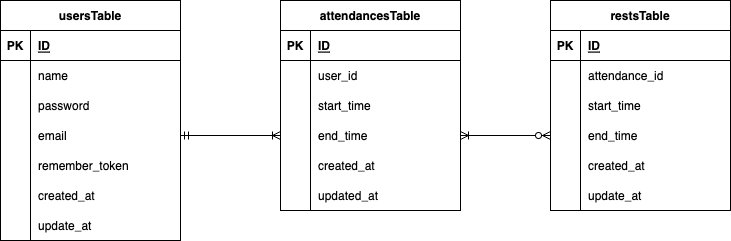
The draw.io diagram re.drawio.png in mizuki44/attendance_system, before a commit. Source tidied: cells renumbered, new cells last; positions are measured from the earlier drawing's top-left corner, leaving out a move shared by most shapes.
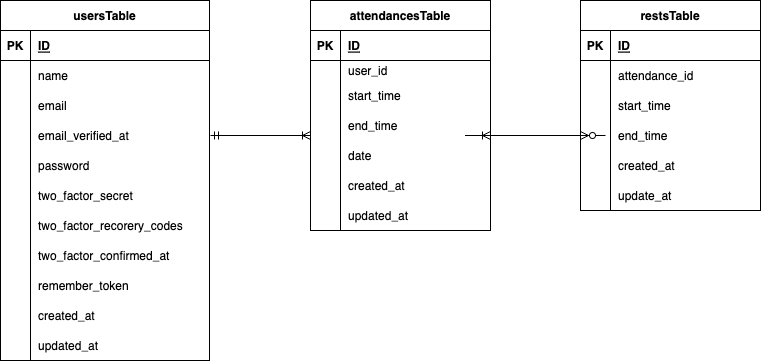
Later version of the same file.

What changed in the source:
```diff
@@ -4,125 +4,2 @@
     <mxCell id="1" parent="0" />
-    <mxCell id="2" value="usersTable" style="shape=table;startSize=30;rowLines=0;fontStyle=1;align=center;" parent="1" vertex="1">
-      <mxGeometry width="180" height="240" as="geometry" />
-    </mxCell>
-    <mxCell id="3" style="shape=tableRow;horizontal=0;startSize=0;swimlaneHead=0;swimlaneBody=0;fillColor=none;top=0;left=0;right=0;bottom=1;" parent="2" vertex="1">
-      <mxGeometry y="30" width="180" height="30" as="geometry" />
-    </mxCell>
-    <mxCell id="4" value="PK" style="shape=partialRectangle;fillColor=none;top=0;left=0;bottom=0;right=0;fontStyle=1;overflow=hidden;" parent="3" vertex="1">
-      <mxGeometry width="30" height="30" as="geometry" />
-    </mxCell>
-    <mxCell id="5" value="ID" style="shape=partialRectangle;fillColor=none;top=0;left=0;bottom=0;right=0;align=left;spacingLeft=6;fontStyle=5;overflow=hidden;" parent="3" vertex="1">
-      <mxGeometry x="30" width="150" height="30" as="geometry" />
-    </mxCell>
-    <mxCell id="6" style="shape=tableRow;horizontal=0;startSize=0;swimlaneHead=0;swimlaneBody=0;fillColor=none;top=0;left=0;right=0;bottom=0;" parent="2" vertex="1">
-      <mxGeometry y="60" width="180" height="30" as="geometry" />
-    </mxCell>
-    <mxCell id="7" style="shape=partialRectangle;fillColor=none;top=0;left=0;bottom=0;right=0;overflow=hidden;" parent="6" vertex="1">
-      <mxGeometry width="30" height="30" as="geometry" />
-    </mxCell>
-    <mxCell id="8" value="name" style="shape=partialRectangle;fillColor=none;top=0;left=0;bottom=0;right=0;align=left;spacingLeft=6;overflow=hidden;" parent="6" vertex="1">
-      <mxGeometry x="30" width="150" height="30" as="geometry" />
-    </mxCell>
-    <mxCell id="9" style="shape=tableRow;horizontal=0;startSize=0;swimlaneHead=0;swimlaneBody=0;fillColor=none;top=0;left=0;right=0;bottom=0;" parent="2" vertex="1">
-      <mxGeometry y="90" width="180" height="30" as="geometry" />
-    </mxCell>
-    <mxCell id="10" style="shape=partialRectangle;fillColor=none;top=0;left=0;bottom=0;right=0;overflow=hidden;" parent="9" vertex="1">
-      <mxGeometry width="30" height="30" as="geometry" />
-    </mxCell>
-    <mxCell id="11" value="password" style="shape=partialRectangle;fillColor=none;top=0;left=0;bottom=0;right=0;align=left;spacingLeft=6;overflow=hidden;" parent="9" vertex="1">
-      <mxGeometry x="30" width="150" height="30" as="geometry" />
-    </mxCell>
-    <mxCell id="12" style="shape=tableRow;horizontal=0;startSize=0;swimlaneHead=0;swimlaneBody=0;fillColor=none;points=[[0,0.5],[1,0.5]];portConstraint=eastwest;top=0;left=0;right=0;bottom=0;" parent="2" vertex="1">
-      <mxGeometry y="120" width="180" height="30" as="geometry" />
-    </mxCell>
-    <mxCell id="13" style="shape=partialRectangle;fillColor=none;top=0;left=0;bottom=0;right=0;overflow=hidden;" parent="12" vertex="1">
-      <mxGeometry width="30" height="30" as="geometry" />
-    </mxCell>
-    <mxCell id="14" value="email" style="shape=partialRectangle;fillColor=none;top=0;left=0;bottom=0;right=0;align=left;spacingLeft=6;overflow=hidden;" parent="12" vertex="1">
-      <mxGeometry x="30" width="150" height="30" as="geometry" />
-    </mxCell>
-    <mxCell id="15" style="shape=tableRow;horizontal=0;startSize=0;swimlaneHead=0;swimlaneBody=0;fillColor=none;top=0;left=0;right=0;bottom=0;" parent="2" vertex="1">
-      <mxGeometry y="150" width="180" height="30" as="geometry" />
-    </mxCell>
-    <mxCell id="16" style="shape=partialRectangle;fillColor=none;top=0;left=0;bottom=0;right=0;overflow=hidden;" parent="15" vertex="1">
-      <mxGeometry width="30" height="30" as="geometry" />
-    </mxCell>
-    <mxCell id="17" value="remember_token" style="shape=partialRectangle;fillColor=none;top=0;left=0;bottom=0;right=0;align=left;spacingLeft=6;overflow=hidden;" parent="15" vertex="1">
-      <mxGeometry x="30" width="150" height="30" as="geometry" />
-    </mxCell>
-    <mxCell id="18" style="shape=tableRow;horizontal=0;startSize=0;swimlaneHead=0;swimlaneBody=0;fillColor=none;top=0;left=0;right=0;bottom=0;" parent="2" vertex="1">
-      <mxGeometry y="180" width="180" height="30" as="geometry" />
-    </mxCell>
-    <mxCell id="19" style="shape=partialRectangle;fillColor=none;top=0;left=0;bottom=0;right=0;overflow=hidden;" parent="18" vertex="1">
-      <mxGeometry width="30" height="30" as="geometry" />
-    </mxCell>
-    <mxCell id="20" value="created_at" style="shape=partialRectangle;fillColor=none;top=0;left=0;bottom=0;right=0;align=left;spacingLeft=6;overflow=hidden;" parent="18" vertex="1">
-      <mxGeometry x="30" width="150" height="30" as="geometry" />
-    </mxCell>
-    <mxCell id="21" style="shape=tableRow;horizontal=0;startSize=0;swimlaneHead=0;swimlaneBody=0;fillColor=none;top=0;left=0;right=0;bottom=0;" parent="2" vertex="1">
-      <mxGeometry y="210" width="180" height="30" as="geometry" />
-    </mxCell>
-    <mxCell id="22" style="shape=partialRectangle;fillColor=none;top=0;left=0;bottom=0;right=0;overflow=hidden;" parent="21" vertex="1">
-      <mxGeometry width="30" height="30" as="geometry" />
-    </mxCell>
-    <mxCell id="23" value="update_at" style="shape=partialRectangle;fillColor=none;top=0;left=0;bottom=0;right=0;align=left;spacingLeft=6;overflow=hidden;" parent="21" vertex="1">
-      <mxGeometry x="30" width="150" height="30" as="geometry" />
-    </mxCell>
-    <mxCell id="24" value="attendancesTable" style="shape=table;startSize=30;rowLines=0;fontStyle=1;align=center;" parent="1" vertex="1">
-      <mxGeometry x="280" width="180" height="210" as="geometry" />
-    </mxCell>
-    <mxCell id="25" style="shape=tableRow;horizontal=0;startSize=0;swimlaneHead=0;swimlaneBody=0;fillColor=none;top=0;left=0;right=0;bottom=1;" parent="24" vertex="1">
-      <mxGeometry y="30" width="180" height="30" as="geometry" />
-    </mxCell>
-    <mxCell id="26" value="PK" style="shape=partialRectangle;fillColor=none;top=0;left=0;bottom=0;right=0;fontStyle=1;overflow=hidden;" parent="25" vertex="1">
-      <mxGeometry width="30" height="30" as="geometry" />
-    </mxCell>
-    <mxCell id="27" value="ID" style="shape=partialRectangle;fillColor=none;top=0;left=0;bottom=0;right=0;align=left;spacingLeft=6;fontStyle=5;overflow=hidden;" parent="25" vertex="1">
-      <mxGeometry x="30" width="150" height="30" as="geometry" />
-    </mxCell>
-    <mxCell id="28" style="shape=tableRow;horizontal=0;startSize=0;swimlaneHead=0;swimlaneBody=0;fillColor=none;top=0;left=0;right=0;bottom=0;" parent="24" vertex="1">
-      <mxGeometry y="60" width="180" height="30" as="geometry" />
-    </mxCell>
-    <mxCell id="29" style="shape=partialRectangle;fillColor=none;top=0;left=0;bottom=0;right=0;overflow=hidden;" parent="28" vertex="1">
-      <mxGeometry width="30" height="30" as="geometry" />
-    </mxCell>
-    <mxCell id="30" value="user_id" style="shape=partialRectangle;fillColor=none;top=0;left=0;bottom=0;right=0;align=left;spacingLeft=6;overflow=hidden;" parent="28" vertex="1">
-      <mxGeometry x="30" width="150" height="30" as="geometry" />
-    </mxCell>
-    <mxCell id="31" style="shape=tableRow;horizontal=0;startSize=0;swimlaneHead=0;swimlaneBody=0;fillColor=none;top=0;left=0;right=0;bottom=0;" parent="24" vertex="1">
-      <mxGeometry y="90" width="180" height="30" as="geometry" />
-    </mxCell>
-    <mxCell id="32" style="shape=partialRectangle;fillColor=none;top=0;left=0;bottom=0;right=0;overflow=hidden;" parent="31" vertex="1">
-      <mxGeometry width="30" height="30" as="geometry" />
-    </mxCell>
-    <mxCell id="33" value="start_time" style="shape=partialRectangle;fillColor=none;top=0;left=0;bottom=0;right=0;align=left;spacingLeft=6;overflow=hidden;" parent="31" vertex="1">
-      <mxGeometry x="30" width="150" height="30" as="geometry" />
-    </mxCell>
-    <mxCell id="34" style="shape=tableRow;horizontal=0;startSize=0;swimlaneHead=0;swimlaneBody=0;fillColor=none;points=[[0,0.5],[1,0.5]];portConstraint=eastwest;top=0;left=0;right=0;bottom=0;" parent="24" vertex="1">
-      <mxGeometry y="120" width="180" height="30" as="geometry" />
-    </mxCell>
-    <mxCell id="35" style="shape=partialRectangle;fillColor=none;top=0;left=0;bottom=0;right=0;overflow=hidden;" parent="34" vertex="1">
-      <mxGeometry width="30" height="30" as="geometry" />
-    </mxCell>
-    <mxCell id="36" value="end_time" style="shape=partialRectangle;fillColor=none;top=0;left=0;bottom=0;right=0;align=left;spacingLeft=6;overflow=hidden;" parent="34" vertex="1">
-      <mxGeometry x="30" width="150" height="30" as="geometry" />
-    </mxCell>
-    <mxCell id="37" style="shape=tableRow;horizontal=0;startSize=0;swimlaneHead=0;swimlaneBody=0;fillColor=none;top=0;left=0;right=0;bottom=0;" parent="24" vertex="1">
-      <mxGeometry y="150" width="180" height="30" as="geometry" />
-    </mxCell>
-    <mxCell id="38" style="shape=partialRectangle;fillColor=none;top=0;left=0;bottom=0;right=0;overflow=hidden;" parent="37" vertex="1">
-      <mxGeometry width="30" height="30" as="geometry" />
-    </mxCell>
-    <mxCell id="39" value="created_at" style="shape=partialRectangle;fillColor=none;top=0;left=0;bottom=0;right=0;align=left;spacingLeft=6;overflow=hidden;" parent="37" vertex="1">
-      <mxGeometry x="30" width="150" height="30" as="geometry" />
-    </mxCell>
-    <mxCell id="40" style="shape=tableRow;horizontal=0;startSize=0;swimlaneHead=0;swimlaneBody=0;fillColor=none;top=0;left=0;right=0;bottom=0;" parent="24" vertex="1">
-      <mxGeometry y="180" width="180" height="30" as="geometry" />
-    </mxCell>
-    <mxCell id="41" style="shape=partialRectangle;fillColor=none;top=0;left=0;bottom=0;right=0;overflow=hidden;" parent="40" vertex="1">
-      <mxGeometry width="30" height="30" as="geometry" />
-    </mxCell>
-    <mxCell id="42" value="updated_at" style="shape=partialRectangle;fillColor=none;top=0;left=0;bottom=0;right=0;align=left;spacingLeft=6;overflow=hidden;" parent="40" vertex="1">
-      <mxGeometry x="30" width="150" height="30" as="geometry" />
-    </mxCell>
     <mxCell id="43" value="restsTable" style="shape=table;startSize=30;rowLines=0;fontStyle=1;align=center;" parent="1" vertex="1">
@@ -184,8 +61,181 @@
     </mxCell>
-    <mxCell id="62" style="edgeStyle=entityRelationEdgeStyle;fontSize=12;html=1;endArrow=ERoneToMany;startArrow=ERmandOne;exitX=1;exitY=0.5;exitDx=0;exitDy=0;entryX=0;entryY=0.5;entryDx=0;entryDy=0;" parent="1" edge="1" source="12" target="34">
-      <mxGeometry relative="1" as="geometry" />
+    <mxCell id="62" style="edgeStyle=entityRelationEdgeStyle;fontSize=12;html=1;endArrow=ERoneToMany;startArrow=ERmandOne;exitX=1;exitY=0.5;exitDx=0;exitDy=0;entryX=0;entryY=0.5;entryDx=0;entryDy=0;" parent="1" edge="1">
+      <mxGeometry relative="1" as="geometry">
+        <mxPoint x="180" y="135" as="sourcePoint" />
+        <mxPoint x="280" y="135" as="targetPoint" />
+      </mxGeometry>
     </mxCell>
-    <mxCell id="63" style="edgeStyle=entityRelationEdgeStyle;fontSize=12;html=1;endArrow=ERoneToMany;startArrow=ERzeroToMany;exitX=0;exitY=0.5;exitDx=0;exitDy=0;entryX=1;entryY=0.5;entryDx=0;entryDy=0;" parent="1" edge="1" source="53" target="34">
-      <mxGeometry relative="1" as="geometry" />
+    <mxCell id="63" style="edgeStyle=entityRelationEdgeStyle;fontSize=12;html=1;endArrow=ERoneToMany;startArrow=ERzeroToMany;exitX=0;exitY=0.5;exitDx=0;exitDy=0;entryX=1;entryY=0.5;entryDx=0;entryDy=0;" parent="1" edge="1" source="53">
+      <mxGeometry relative="1" as="geometry">
+        <mxPoint x="460" y="135" as="targetPoint" />
+      </mxGeometry>
     </mxCell>
+    <mxCell id="24" value="attendancesTable" style="shape=table;startSize=30;rowLines=0;fontStyle=1;align=center;" parent="1" vertex="1">
+      <mxGeometry x="280" width="180" height="230" as="geometry" />
+    </mxCell>
+    <mxCell id="64" style="shape=tableRow;horizontal=0;startSize=0;swimlaneHead=0;swimlaneBody=0;fillColor=none;top=0;left=0;right=0;bottom=1;" parent="24" vertex="1">
+      <mxGeometry y="30" width="180" height="30" as="geometry" />
+    </mxCell>
+    <mxCell id="65" value="PK" style="shape=partialRectangle;fillColor=none;top=0;left=0;bottom=0;right=0;fontStyle=1;overflow=hidden;" parent="64" vertex="1">
+      <mxGeometry width="30" height="30" as="geometry" />
+    </mxCell>
+    <mxCell id="66" value="ID" style="shape=partialRectangle;fillColor=none;top=0;left=0;bottom=0;right=0;align=left;spacingLeft=6;fontStyle=5;overflow=hidden;" parent="64" vertex="1">
+      <mxGeometry x="30" width="150" height="30" as="geometry" />
+    </mxCell>
+    <mxCell id="67" style="shape=tableRow;horizontal=0;startSize=0;swimlaneHead=0;swimlaneBody=0;fillColor=none;top=0;left=0;right=0;bottom=0;" parent="24" vertex="1">
+      <mxGeometry y="60" width="180" height="20" as="geometry" />
+    </mxCell>
+    <mxCell id="68" style="shape=partialRectangle;fillColor=none;top=0;left=0;bottom=0;right=0;overflow=hidden;" parent="67" vertex="1">
+      <mxGeometry width="30" height="20" as="geometry" />
+    </mxCell>
+    <mxCell id="30" value="user_id" style="shape=partialRectangle;fillColor=none;top=0;left=0;bottom=0;right=0;align=left;spacingLeft=6;overflow=hidden;" parent="67" vertex="1">
+      <mxGeometry x="30" width="150" height="20" as="geometry" />
+    </mxCell>
+    <mxCell id="69" style="shape=tableRow;horizontal=0;startSize=0;swimlaneHead=0;swimlaneBody=0;fillColor=none;top=0;left=0;right=0;bottom=0;" parent="24" vertex="1">
+      <mxGeometry y="80" width="180" height="30" as="geometry" />
+    </mxCell>
+    <mxCell id="70" style="shape=partialRectangle;fillColor=none;top=0;left=0;bottom=0;right=0;overflow=hidden;" parent="69" vertex="1">
+      <mxGeometry width="30" height="30" as="geometry" />
+    </mxCell>
+    <mxCell id="33" value="start_time" style="shape=partialRectangle;fillColor=none;top=0;left=0;bottom=0;right=0;align=left;spacingLeft=6;overflow=hidden;" parent="69" vertex="1">
+      <mxGeometry x="30" width="150" height="30" as="geometry" />
+    </mxCell>
+    <mxCell id="71" style="shape=tableRow;horizontal=0;startSize=0;swimlaneHead=0;swimlaneBody=0;fillColor=none;top=0;left=0;right=0;bottom=0;" parent="24" vertex="1">
+      <mxGeometry y="110" width="180" height="30" as="geometry" />
+    </mxCell>
+    <mxCell id="72" style="shape=partialRectangle;fillColor=none;top=0;left=0;bottom=0;right=0;overflow=hidden;" parent="71" vertex="1">
+      <mxGeometry width="30" height="30" as="geometry" />
+    </mxCell>
+    <mxCell id="36" value="end_time" style="shape=partialRectangle;fillColor=none;top=0;left=0;bottom=0;right=0;align=left;spacingLeft=6;overflow=hidden;" parent="71" vertex="1">
+      <mxGeometry x="30" width="150" height="30" as="geometry" />
+    </mxCell>
+    <mxCell id="73" style="shape=tableRow;horizontal=0;startSize=0;swimlaneHead=0;swimlaneBody=0;fillColor=none;top=0;left=0;right=0;bottom=0;" parent="24" vertex="1">
+      <mxGeometry y="140" width="180" height="30" as="geometry" />
+    </mxCell>
+    <mxCell id="74" style="shape=partialRectangle;fillColor=none;top=0;left=0;bottom=0;right=0;overflow=hidden;" parent="73" vertex="1">
+      <mxGeometry width="30" height="30" as="geometry" />
+    </mxCell>
+    <mxCell id="75" value="date" style="shape=partialRectangle;fillColor=none;top=0;left=0;bottom=0;right=0;align=left;spacingLeft=6;overflow=hidden;" parent="73" vertex="1">
+      <mxGeometry x="30" width="150" height="30" as="geometry" />
+    </mxCell>
+    <mxCell id="76" style="shape=tableRow;horizontal=0;startSize=0;swimlaneHead=0;swimlaneBody=0;fillColor=none;top=0;left=0;right=0;bottom=0;" parent="24" vertex="1">
+      <mxGeometry y="170" width="180" height="30" as="geometry" />
+    </mxCell>
+    <mxCell id="77" style="shape=partialRectangle;fillColor=none;top=0;left=0;bottom=0;right=0;overflow=hidden;" parent="76" vertex="1">
+      <mxGeometry width="30" height="30" as="geometry" />
+    </mxCell>
+    <mxCell id="78" value="created_at" style="shape=partialRectangle;fillColor=none;top=0;left=0;bottom=0;right=0;align=left;spacingLeft=6;overflow=hidden;" parent="76" vertex="1">
+      <mxGeometry x="30" width="150" height="30" as="geometry" />
+    </mxCell>
+    <mxCell id="79" style="shape=tableRow;horizontal=0;startSize=0;swimlaneHead=0;swimlaneBody=0;fillColor=none;top=0;left=0;right=0;bottom=0;" parent="24" vertex="1">
+      <mxGeometry y="200" width="180" height="30" as="geometry" />
+    </mxCell>
+    <mxCell id="80" style="shape=partialRectangle;fillColor=none;top=0;left=0;bottom=0;right=0;overflow=hidden;" parent="79" vertex="1">
+      <mxGeometry width="30" height="30" as="geometry" />
+    </mxCell>
+    <mxCell id="42" value="updated_at" style="shape=partialRectangle;fillColor=none;top=0;left=0;bottom=0;right=0;align=left;spacingLeft=6;overflow=hidden;" parent="79" vertex="1">
+      <mxGeometry x="30" width="150" height="30" as="geometry" />
+    </mxCell>
+    <mxCell id="2" value="usersTable" style="shape=table;startSize=30;rowLines=0;fontStyle=1;align=center;" parent="1" vertex="1">
+      <mxGeometry x="-30" width="209" height="360" as="geometry" />
+    </mxCell>
+    <mxCell id="81" style="shape=tableRow;horizontal=0;startSize=0;swimlaneHead=0;swimlaneBody=0;fillColor=none;top=0;left=0;right=0;bottom=1;" parent="2" vertex="1">
+      <mxGeometry y="30" width="209" height="30" as="geometry" />
+    </mxCell>
+    <mxCell id="82" value="PK" style="shape=partialRectangle;fillColor=none;top=0;left=0;bottom=0;right=0;fontStyle=1;overflow=hidden;" parent="81" vertex="1">
+      <mxGeometry width="30" height="30" as="geometry" />
+    </mxCell>
+    <mxCell id="83" value="ID" style="shape=partialRectangle;fillColor=none;top=0;left=0;bottom=0;right=0;align=left;spacingLeft=6;fontStyle=5;overflow=hidden;" parent="81" vertex="1">
+      <mxGeometry x="30" width="179" height="30" as="geometry" />
+    </mxCell>
+    <mxCell id="84" style="shape=tableRow;horizontal=0;startSize=0;swimlaneHead=0;swimlaneBody=0;fillColor=none;top=0;left=0;right=0;bottom=0;" parent="2" vertex="1">
+      <mxGeometry y="60" width="209" height="30" as="geometry" />
+    </mxCell>
+    <mxCell id="85" style="shape=partialRectangle;fillColor=none;top=0;left=0;bottom=0;right=0;overflow=hidden;" parent="84" vertex="1">
+      <mxGeometry width="30" height="30" as="geometry" />
+    </mxCell>
+    <mxCell id="8" value="name" style="shape=partialRectangle;fillColor=none;top=0;left=0;bottom=0;right=0;align=left;spacingLeft=6;overflow=hidden;" parent="84" vertex="1">
+      <mxGeometry x="30" width="179" height="30" as="geometry" />
+    </mxCell>
+    <mxCell id="86" style="shape=tableRow;horizontal=0;startSize=0;swimlaneHead=0;swimlaneBody=0;fillColor=none;top=0;left=0;right=0;bottom=0;" parent="2" vertex="1">
+      <mxGeometry y="90" width="209" height="30" as="geometry" />
+    </mxCell>
+    <mxCell id="87" style="shape=partialRectangle;fillColor=none;top=0;left=0;bottom=0;right=0;overflow=hidden;" parent="86" vertex="1">
+      <mxGeometry width="30" height="30" as="geometry" />
+    </mxCell>
+    <mxCell id="14" value="email" style="shape=partialRectangle;fillColor=none;top=0;left=0;bottom=0;right=0;align=left;spacingLeft=6;overflow=hidden;" parent="86" vertex="1">
+      <mxGeometry x="30" width="179" height="30" as="geometry" />
+    </mxCell>
+    <mxCell id="88" style="shape=tableRow;horizontal=0;startSize=0;swimlaneHead=0;swimlaneBody=0;fillColor=none;top=0;left=0;right=0;bottom=0;" parent="2" vertex="1">
+      <mxGeometry y="120" width="209" height="30" as="geometry" />
+    </mxCell>
+    <mxCell id="89" style="shape=partialRectangle;fillColor=none;top=0;left=0;bottom=0;right=0;overflow=hidden;" parent="88" vertex="1">
+      <mxGeometry width="30" height="30" as="geometry" />
+    </mxCell>
+    <mxCell id="90" value="email_verified_at" style="shape=partialRectangle;fillColor=none;top=0;left=0;bottom=0;right=0;align=left;spacingLeft=6;overflow=hidden;" parent="88" vertex="1">
+      <mxGeometry x="30" width="179" height="30" as="geometry" />
+    </mxCell>
+    <mxCell id="91" style="shape=tableRow;horizontal=0;startSize=0;swimlaneHead=0;swimlaneBody=0;fillColor=none;top=0;left=0;right=0;bottom=0;" parent="2" vertex="1">
+      <mxGeometry y="150" width="209" height="30" as="geometry" />
+    </mxCell>
+    <mxCell id="92" style="shape=partialRectangle;fillColor=none;top=0;left=0;bottom=0;right=0;overflow=hidden;" parent="91" vertex="1">
+      <mxGeometry width="30" height="30" as="geometry" />
+    </mxCell>
+    <mxCell id="11" value="password" style="shape=partialRectangle;fillColor=none;top=0;left=0;bottom=0;right=0;align=left;spacingLeft=6;overflow=hidden;" parent="91" vertex="1">
+      <mxGeometry x="30" width="179" height="30" as="geometry" />
+    </mxCell>
+    <mxCell id="93" style="shape=tableRow;horizontal=0;startSize=0;swimlaneHead=0;swimlaneBody=0;fillColor=none;top=0;left=0;right=0;bottom=0;" parent="2" vertex="1">
+      <mxGeometry y="180" width="209" height="30" as="geometry" />
+    </mxCell>
+    <mxCell id="94" style="shape=partialRectangle;fillColor=none;top=0;left=0;bottom=0;right=0;overflow=hidden;" parent="93" vertex="1">
+      <mxGeometry width="30" height="30" as="geometry" />
+    </mxCell>
+    <mxCell id="95" value="two_factor_secret" style="shape=partialRectangle;fillColor=none;top=0;left=0;bottom=0;right=0;align=left;spacingLeft=6;overflow=hidden;" parent="93" vertex="1">
+      <mxGeometry x="30" width="179" height="30" as="geometry" />
+    </mxCell>
+    <mxCell id="96" style="shape=tableRow;horizontal=0;startSize=0;swimlaneHead=0;swimlaneBody=0;fillColor=none;top=0;left=0;right=0;bottom=0;" parent="2" vertex="1">
+      <mxGeometry y="210" width="209" height="30" as="geometry" />
+    </mxCell>
+    <mxCell id="97" style="shape=partialRectangle;fillColor=none;top=0;left=0;bottom=0;right=0;overflow=hidden;" parent="96" vertex="1">
+      <mxGeometry width="30" height="30" as="geometry" />
+    </mxCell>
+    <mxCell id="98" value="two_factor_recorery_codes" style="shape=partialRectangle;fillColor=none;top=0;left=0;bottom=0;right=0;align=left;spacingLeft=6;overflow=hidden;" parent="96" vertex="1">
+      <mxGeometry x="30" width="179" height="30" as="geometry" />
+    </mxCell>
+    <mxCell id="99" style="shape=tableRow;horizontal=0;startSize=0;swimlaneHead=0;swimlaneBody=0;fillColor=none;top=0;left=0;right=0;bottom=0;" parent="2" vertex="1">
+      <mxGeometry y="240" width="209" height="30" as="geometry" />
+    </mxCell>
+    <mxCell id="100" style="shape=partialRectangle;fillColor=none;top=0;left=0;bottom=0;right=0;overflow=hidden;" parent="99" vertex="1">
+      <mxGeometry width="30" height="30" as="geometry" />
+    </mxCell>
+    <mxCell id="101" value="two_factor_confirmed_at" style="shape=partialRectangle;fillColor=none;top=0;left=0;bottom=0;right=0;align=left;spacingLeft=6;overflow=hidden;" parent="99" vertex="1">
+      <mxGeometry x="30" width="179" height="30" as="geometry" />
+    </mxCell>
+    <mxCell id="102" style="shape=tableRow;horizontal=0;startSize=0;swimlaneHead=0;swimlaneBody=0;fillColor=none;top=0;left=0;right=0;bottom=0;" parent="2" vertex="1">
+      <mxGeometry y="270" width="209" height="30" as="geometry" />
+    </mxCell>
+    <mxCell id="103" style="shape=partialRectangle;fillColor=none;top=0;left=0;bottom=0;right=0;overflow=hidden;" parent="102" vertex="1">
+      <mxGeometry width="30" height="30" as="geometry" />
+    </mxCell>
+    <mxCell id="17" value="remember_token" style="shape=partialRectangle;fillColor=none;top=0;left=0;bottom=0;right=0;align=left;spacingLeft=6;overflow=hidden;" parent="102" vertex="1">
+      <mxGeometry x="30" width="179" height="30" as="geometry" />
+    </mxCell>
+    <mxCell id="104" style="shape=tableRow;horizontal=0;startSize=0;swimlaneHead=0;swimlaneBody=0;fillColor=none;top=0;left=0;right=0;bottom=0;" parent="2" vertex="1">
+      <mxGeometry y="300" width="209" height="30" as="geometry" />
+    </mxCell>
+    <mxCell id="105" style="shape=partialRectangle;fillColor=none;top=0;left=0;bottom=0;right=0;overflow=hidden;" parent="104" vertex="1">
+      <mxGeometry width="30" height="30" as="geometry" />
+    </mxCell>
+    <mxCell id="106" value="created_at" style="shape=partialRectangle;fillColor=none;top=0;left=0;bottom=0;right=0;align=left;spacingLeft=6;overflow=hidden;" parent="104" vertex="1">
+      <mxGeometry x="30" width="179" height="30" as="geometry" />
+    </mxCell>
+    <mxCell id="107" style="shape=tableRow;horizontal=0;startSize=0;swimlaneHead=0;swimlaneBody=0;fillColor=none;top=0;left=0;right=0;bottom=0;" parent="2" vertex="1">
+      <mxGeometry y="330" width="209" height="30" as="geometry" />
+    </mxCell>
+    <mxCell id="108" style="shape=partialRectangle;fillColor=none;top=0;left=0;bottom=0;right=0;overflow=hidden;" parent="107" vertex="1">
+      <mxGeometry width="30" height="30" as="geometry" />
+    </mxCell>
+    <mxCell id="109" value="updated_at" style="shape=partialRectangle;fillColor=none;top=0;left=0;bottom=0;right=0;align=left;spacingLeft=6;overflow=hidden;" parent="107" vertex="1">
+      <mxGeometry x="30" width="179" height="30" as="geometry" />
+    </mxCell>
   </root>
```
